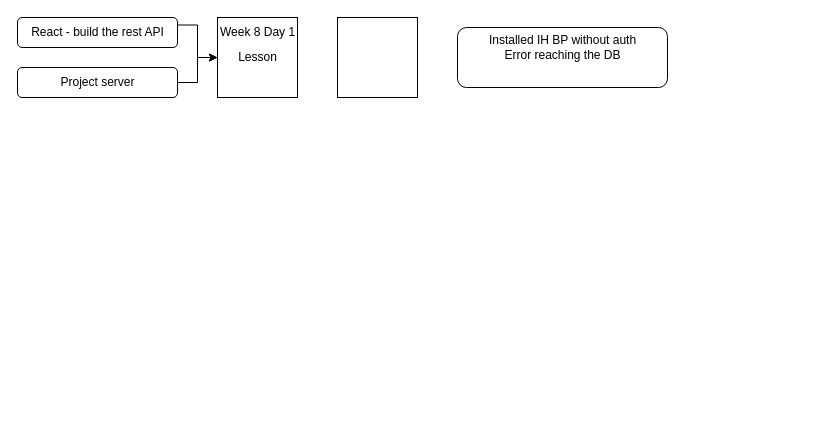
Before: Untitled Diagram.drawio in mauroTBarone/git-practice, a draw.io diagram. Source tidied: cells renumbered, new cells numbered last; positions are measured from the earlier drawing's top-left corner, leaving out a move shared by most shapes. Both pictures are drawn from the tidied source at 100%, with x=0, y=0 at pixel (17, 17).
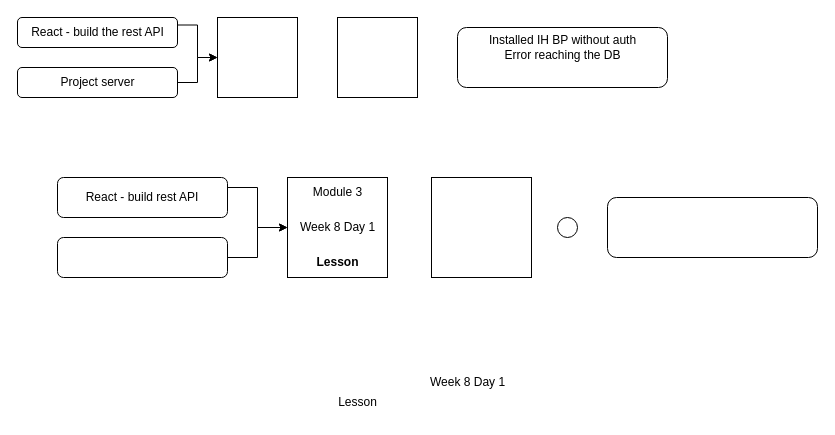
Above is the later version.

Diff of the diagram source:
```diff
@@
     <mxCell id="9" value="Week 8 Day 1" style="text;html=1;align=center;verticalAlign=middle;fillColor=none;strokeColor=none;rounded=0;" parent="1" vertex="1">
-      <mxGeometry x="190" width="100" height="30" as="geometry" />
+      <mxGeometry x="400" y="350" width="100" height="30" as="geometry" />
     </mxCell>
@@
-    <mxCell id="13" value="Lesson" style="text;html=1;align=center;verticalAlign=middle;fillColor=none&#10;;strokeColor=none;rounded=0;" parent="1" vertex="1">
-      <mxGeometry x="210" y="25" width="60" height="30" as="geometry" />
+    <mxCell id="13" value="Lesson" style="text;html=1;align=center;verticalAlign=middle;fillColor=none;strokeColor=none;rounded=0;" parent="1" vertex="1">
+      <mxGeometry x="310" y="370" width="60" height="30" as="geometry" />
     </mxCell>
+    <mxCell id="14" style="whiteSpace=wrap;html=1;" parent="1" vertex="1">
+      <mxGeometry x="270" y="160" width="100" height="100" as="geometry" />
+    </mxCell>
+    <mxCell id="15" style="edgeStyle=orthogonalEdgeStyle;rounded=0;jettySize=auto;html=1;exitX=1;exitY=0.25;exitDx=0;exitDy=0;" parent="1" edge="1" source="16" target="14">
+      <mxGeometry relative="1" as="geometry" />
+    </mxCell>
+    <mxCell id="16" value="React - build rest API" style="rounded=1;whiteSpace=wrap;html=1;" parent="1" vertex="1">
+      <mxGeometry x="40" y="160" width="170" height="40" as="geometry" />
+    </mxCell>
+    <mxCell id="17" style="edgeStyle=orthogonalEdgeStyle;rounded=0;jettySize=auto;html=1;" parent="1" edge="1" source="18" target="14">
+      <mxGeometry relative="1" as="geometry" />
+    </mxCell>
+    <mxCell id="18" style="rounded=1;whiteSpace=wrap;html=1;" parent="1" vertex="1">
+      <mxGeometry x="40" y="220" width="170" height="40" as="geometry" />
+    </mxCell>
+    <mxCell id="19" style="whiteSpace=wrap;html=1;" parent="1" vertex="1">
+      <mxGeometry x="414" y="160" width="100" height="100" as="geometry" />
+    </mxCell>
+    <mxCell id="20" style="rounded=1;whiteSpace=wrap;html=1;" parent="1" vertex="1">
+      <mxGeometry x="590" y="180" width="210" height="60" as="geometry" />
+    </mxCell>
+    <mxCell id="21" style="text;html=1;align=center;verticalAlign=middle;fillColor=none&#10;;strokeColor=none;rounded=0;" parent="1" vertex="1">
+      <mxGeometry x="260" y="190" width="50" height="40" as="geometry" />
+    </mxCell>
+    <mxCell id="22" style="ellipse;whiteSpace=wrap;html=1;" parent="1" vertex="1">
+      <mxGeometry x="540" y="200" width="20" height="20" as="geometry" />
+    </mxCell>
+    <mxCell id="23" value="Module 3" style="text;html=1;align=center;verticalAlign=middle;fillColor=none;strokeColor=none;rounded=0;" parent="1" vertex="1">
+      <mxGeometry x="285" y="160" width="70" height="30" as="geometry" />
+    </mxCell>
+    <mxCell id="24" value="Lesson" style="text;html=1;align=center;verticalAlign=middle;fillColor=none;strokeColor=none;rounded=0;fontStyle=1;" parent="1" vertex="1">
+      <mxGeometry x="285" y="230" width="70" height="30" as="geometry" />
+    </mxCell>
+    <mxCell id="25" value="Week 8 Day 1" style="text;html=1;align=center;verticalAlign=middle;fillColor=none;strokeColor=none;rounded=0;" parent="1" vertex="1">
+      <mxGeometry x="270" y="195" width="100" height="30" as="geometry" />
+    </mxCell>
```
